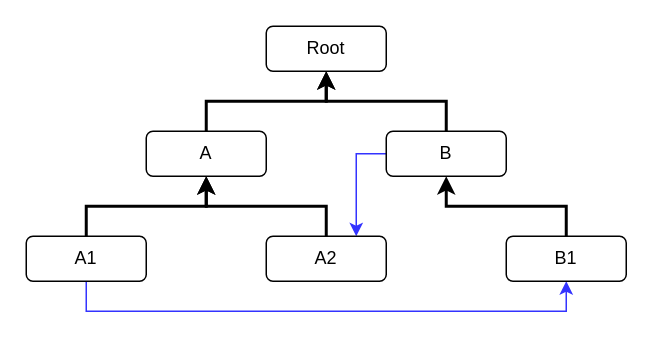
The draw.io diagram graph/overview.drawio in Nasdanika/core, before the edit. Source tidied: cells renumbered, new cells numbered last; positions are measured from the earlier drawing's top-left corner, leaving out a move shared by most shapes. Both pictures are drawn from the tidied source at 150%, with x=0, y=0 at pixel (26, 26).
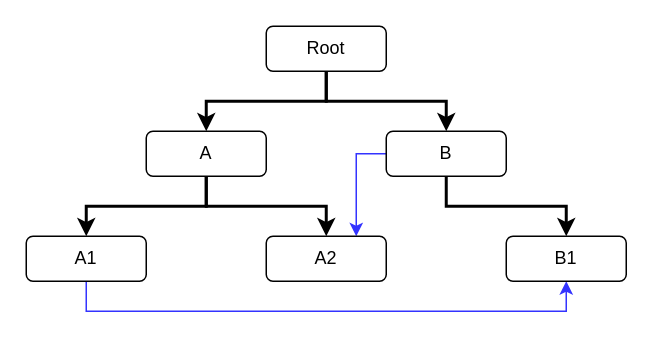
The same diagram, later.

Diff of the diagram source:
```diff
@@
 <mxGraphModel>
   <root>
     <mxCell id="0" />
     <mxCell id="1" parent="0" />
     <mxCell id="2" value="Root" style="rounded=1;whiteSpace=wrap;html=1;" parent="1" vertex="1">
       <mxGeometry x="160" width="80" height="30" as="geometry" />
     </mxCell>
-    <mxCell id="3" style="edgeStyle=orthogonalEdgeStyle;rounded=0;jettySize=auto;html=1;entryX=0.5;entryY=1;entryDx=0;entryDy=0;strokeWidth=2;" parent="1" edge="1" source="4" target="2">
+    <mxCell id="3" style="edgeStyle=orthogonalEdgeStyle;rounded=0;jettySize=auto;html=1;strokeWidth=2;exitX=0.5;exitY=1;exitDx=0;exitDy=0;" parent="1" edge="1" source="2" target="4">
       <mxGeometry relative="1" as="geometry" />
     </mxCell>
     <mxCell id="4" value="A" style="rounded=1;whiteSpace=wrap;html=1;" parent="1" vertex="1">
       <mxGeometry x="80" y="70" width="80" height="30" as="geometry" />
     </mxCell>
-    <mxCell id="5" style="edgeStyle=orthogonalEdgeStyle;rounded=0;jettySize=auto;html=1;entryX=0.5;entryY=1;entryDx=0;entryDy=0;strokeWidth=2;" parent="1" edge="1" source="7" target="2">
+    <mxCell id="5" style="edgeStyle=orthogonalEdgeStyle;rounded=0;jettySize=auto;html=1;strokeWidth=2;exitX=0.5;exitY=1;exitDx=0;exitDy=0;" parent="1" edge="1" source="2" target="7">
       <mxGeometry relative="1" as="geometry" />
     </mxCell>
     <mxCell id="6" style="edgeStyle=orthogonalEdgeStyle;rounded=0;jettySize=auto;html=1;entryX=0.75;entryY=0;entryDx=0;entryDy=0;strokeColor=#3333FF;" parent="1" edge="1" source="7" target="12">
       <mxGeometry relative="1" as="geometry">
         <Array as="points">
           <mxPoint x="220" y="85" />
         </Array>
       </mxGeometry>
     </mxCell>
     <mxCell id="7" value="B" style="rounded=1;whiteSpace=wrap;html=1;" parent="1" vertex="1">
       <mxGeometry x="240" y="70" width="80" height="30" as="geometry" />
     </mxCell>
-    <mxCell id="8" style="edgeStyle=orthogonalEdgeStyle;rounded=0;jettySize=auto;html=1;strokeWidth=2;" parent="1" edge="1" source="10" target="4">
+    <mxCell id="8" style="edgeStyle=orthogonalEdgeStyle;rounded=0;jettySize=auto;html=1;strokeWidth=2;" parent="1" edge="1" source="4" target="10">
       <mxGeometry relative="1" as="geometry" />
     </mxCell>
     <mxCell id="9" style="edgeStyle=orthogonalEdgeStyle;rounded=0;jettySize=auto;html=1;strokeColor=#3333FF;" parent="1" edge="1" source="10" target="14">
       <mxGeometry relative="1" as="geometry">
         <Array as="points">
           <mxPoint x="40" y="190" />
           <mxPoint x="360" y="190" />
         </Array>
       </mxGeometry>
     </mxCell>
     <mxCell id="10" value="A1" style="rounded=1;whiteSpace=wrap;html=1;" parent="1" vertex="1">
       <mxGeometry y="140" width="80" height="30" as="geometry" />
     </mxCell>
-    <mxCell id="11" style="edgeStyle=orthogonalEdgeStyle;rounded=0;jettySize=auto;html=1;strokeWidth=2;" parent="1" edge="1" source="12" target="4">
+    <mxCell id="11" style="edgeStyle=orthogonalEdgeStyle;rounded=0;jettySize=auto;html=1;strokeWidth=2;" parent="1" edge="1" source="4" target="12">
       <mxGeometry relative="1" as="geometry" />
     </mxCell>
     <mxCell id="12" value="A2" style="rounded=1;whiteSpace=wrap;html=1;" parent="1" vertex="1">
       <mxGeometry x="160" y="140" width="80" height="30" as="geometry" />
     </mxCell>
-    <mxCell id="13" style="edgeStyle=orthogonalEdgeStyle;rounded=0;jettySize=auto;html=1;entryX=0.5;entryY=1;entryDx=0;entryDy=0;strokeWidth=2;" parent="1" edge="1" source="14" target="7">
+    <mxCell id="13" style="edgeStyle=orthogonalEdgeStyle;rounded=0;jettySize=auto;html=1;strokeWidth=2;exitX=0.5;exitY=1;exitDx=0;exitDy=0;" parent="1" edge="1" source="7" target="14">
       <mxGeometry relative="1" as="geometry" />
     </mxCell>
     <mxCell id="14" value="B1" style="rounded=1;whiteSpace=wrap;html=1;" parent="1" vertex="1">
       <mxGeometry x="320" y="140" width="80" height="30" as="geometry" />
     </mxCell>
   </root>
 </mxGraphModel>
```
